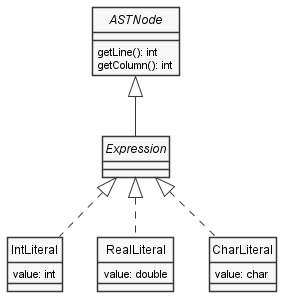
Above: docs/diagrams/Expressions.png in uo271288/dlp-compiler (PlantUML), before the change.
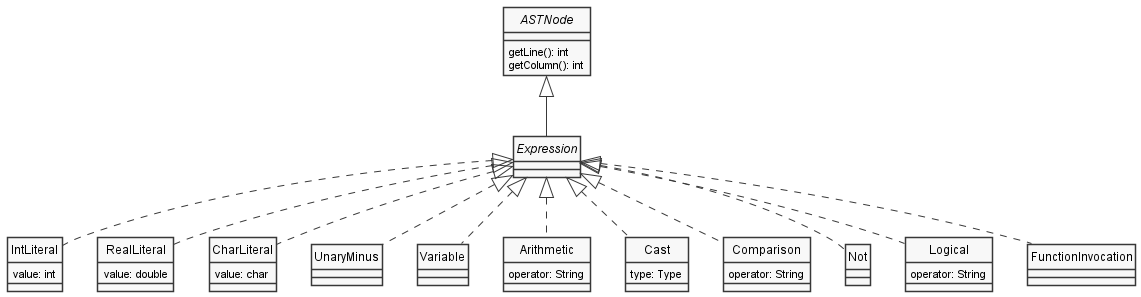
Later version of the same file.

The edit, as a diff of the source:
```diff
@@ -22,10 +22,45 @@
     value: char
 }
 
+class UnaryMinus {
+}
+
+class Variable {
+}
+
+class Arithmetic {
+    operator: String
+}
+
+class Cast {
+    type: Type
+}
+
+class Comparison {
+    operator: String
+}
+
+class Not {
+}
+
+class Logical {
+    operator: String
+}
+
+class FunctionInvocation {
+}
+
 ASTNode <|-- Expression
 Expression <|.. IntLiteral
 Expression <|.. RealLiteral
 Expression <|.. CharLiteral
-
+Expression <|.. UnaryMinus
+Expression <|.. Variable
+Expression <|.. Arithmetic
+Expression <|.. Cast
+Expression <|.. Comparison
+Expression <|.. Not
+Expression <|.. Logical
+Expression <|.. FunctionInvocation
 
 @enduml
```
